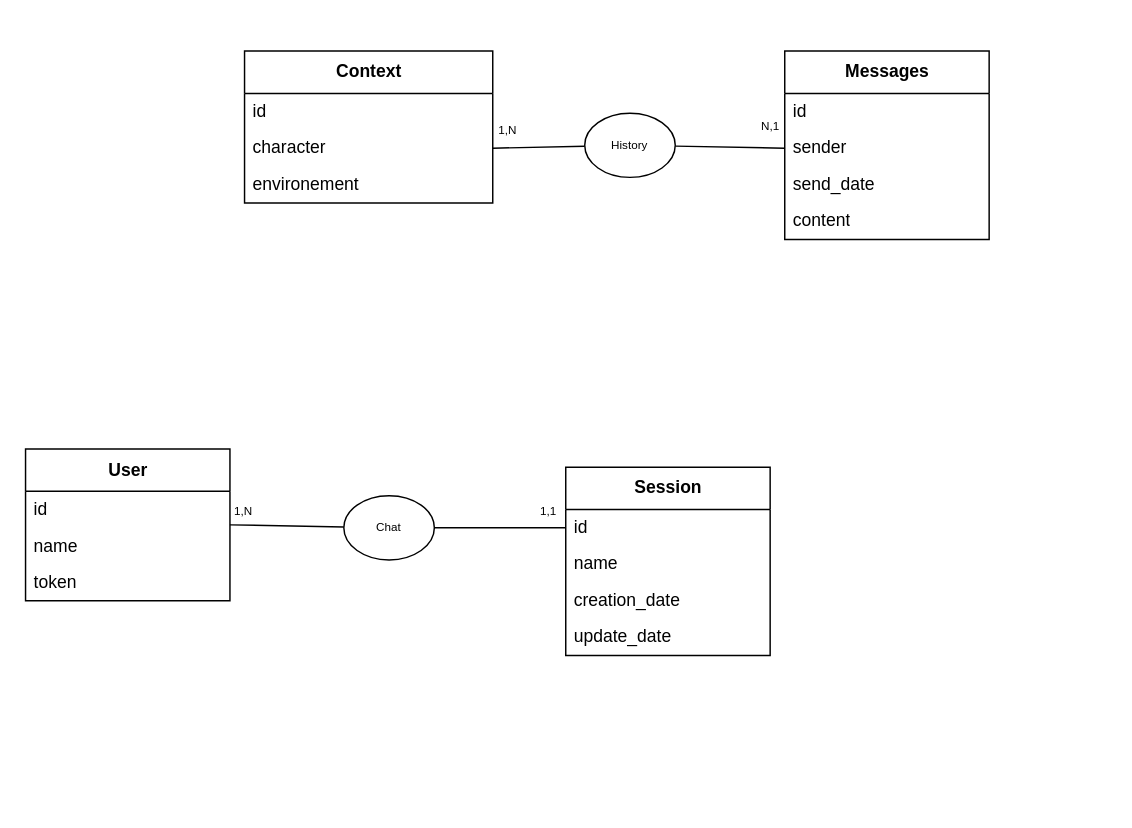
Earlier version of the draw.io diagram page "MCD" (4 of 4) of UseCase.drawio (TheoPasquier/Ai-Personnality-chatting). Source tidied: cells renumbered, new cells numbered last; positions are measured from the earlier drawing's top-left corner, leaving out a move shared by most shapes. Both pictures are drawn from the tidied source at 146%, with x=0, y=0 at pixel (25, 51).
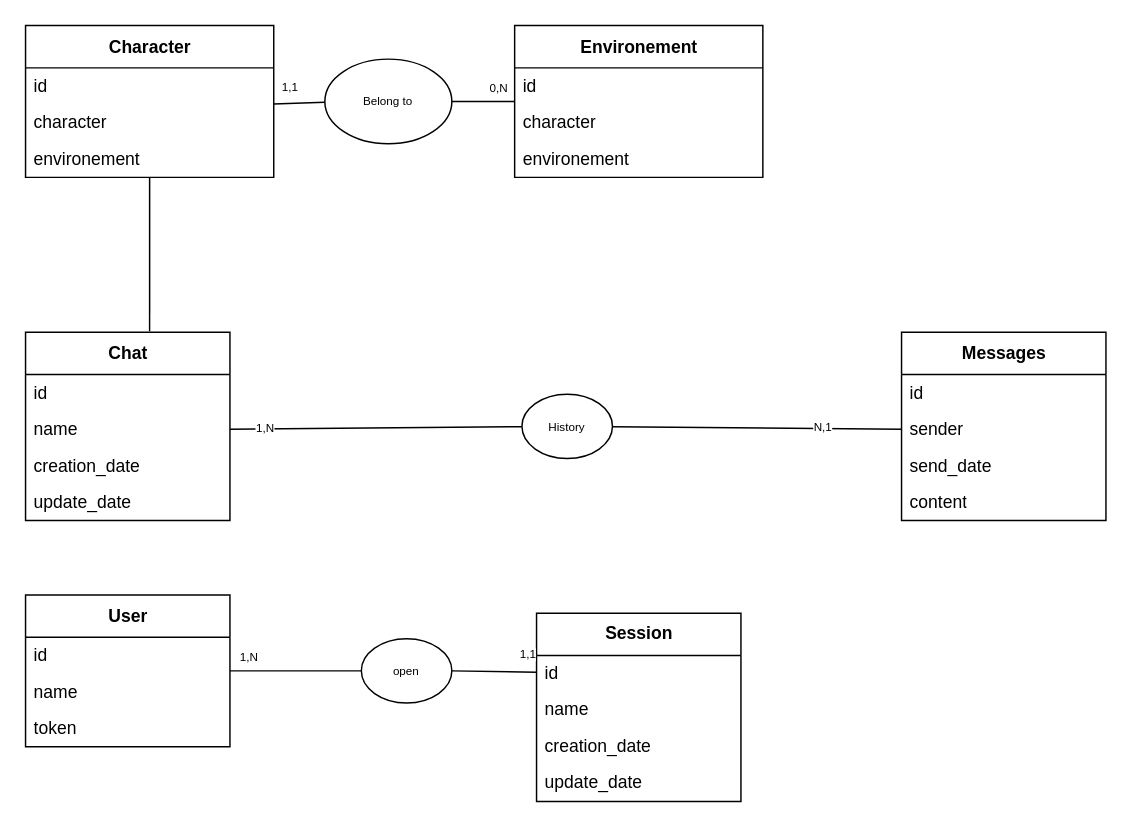
After the change.

Commit message:
Mettre à jour UseCase.drawio

The change refers to these unchanged cells:
```xml
<mxCell id="8" value="sender" style="text;html=1;strokeColor=none;fillColor=none;align=left;verticalAlign=middle;spacingLeft=4;spacingRight=4;overflow=hidden;points=[[0,0.5],[1,0.5]];portConstraint=eastwest;" parent="6" vertex="1">
  <mxGeometry y="54" width="140" height="25" as="geometry" />
</mxCell>
<mxCell id="16" value="id" style="text;html=1;strokeColor=none;fillColor=none;align=left;verticalAlign=middle;spacingLeft=4;spacingRight=4;overflow=hidden;points=[[0,0.5],[1,0.5]];portConstraint=eastwest;" parent="15" vertex="1">
  <mxGeometry y="29" width="140" height="25" as="geometry" />
</mxCell>
```

The edit, as a diff of the source:
```diff
@@
-    <mxCell id="2" value="Context" style="swimlane;fontStyle=1;align=center;verticalAlign=middle;horizontal=1;startSize=29;html=1;" parent="1" vertex="1">
-      <mxGeometry x="150" y="-0.5" width="170" height="104" as="geometry" />
-    </mxCell>
-    <mxCell id="3" value="id" style="text;html=1;strokeColor=none;fillColor=none;align=left;verticalAlign=middle;spacingLeft=4;spacingRight=4;overflow=hidden;" parent="2" vertex="1">
-      <mxGeometry y="29" width="170" height="25" as="geometry" />
-    </mxCell>
-    <mxCell id="4" value="character" style="text;html=1;strokeColor=none;fillColor=none;align=left;verticalAlign=middle;spacingLeft=4;spacingRight=4;overflow=hidden;points=[[0,0.5],[1,0.5]];portConstraint=eastwest;" parent="2" vertex="1">
-      <mxGeometry y="54" width="170" height="25" as="geometry" />
-    </mxCell>
-    <mxCell id="5" value="environement" style="text;html=1;strokeColor=none;fillColor=none;align=left;verticalAlign=middle;spacingLeft=4;spacingRight=4;overflow=hidden;" parent="2" vertex="1">
-      <mxGeometry y="79" width="170" height="25" as="geometry" />
-    </mxCell>
     <mxCell id="6" value="Messages" style="swimlane;fontStyle=1;align=center;verticalAlign=middle;horizontal=1;startSize=29;html=1;" parent="1" vertex="1">
-      <mxGeometry x="520" y="-0.5" width="140" height="129" as="geometry" />
+      <mxGeometry x="600" y="192" width="140" height="129" as="geometry" />
     </mxCell>
@@
     <mxCell id="11" value="User" style="swimlane;fontStyle=1;align=center;verticalAlign=middle;horizontal=1;startSize=29;html=1;" parent="1" vertex="1">
-      <mxGeometry y="272" width="140" height="104" as="geometry" />
+      <mxGeometry y="372" width="140" height="104" as="geometry" />
     </mxCell>
@@
     <mxCell id="15" value="Session" style="swimlane;fontStyle=1;align=center;verticalAlign=middle;horizontal=1;startSize=29;html=1;" parent="1" vertex="1">
-      <mxGeometry x="370" y="284.5" width="140" height="129" as="geometry" />
+      <mxGeometry x="350" y="384.5" width="140" height="129" as="geometry" />
     </mxCell>
@@
-    <mxCell id="20" style="edgeStyle=none;rounded=0;jettySize=auto;html=1;fontSize=8;startArrow=none;startFill=0;endArrow=none;endFill=0;" parent="1" edge="1" source="24" target="16">
+    <mxCell id="20" style="edgeStyle=none;rounded=0;jettySize=auto;html=1;fontSize=8;startArrow=none;startFill=0;endArrow=none;endFill=0;exitX=1;exitY=0.5;exitDx=0;exitDy=0;" parent="1" edge="1" source="30" target="16">
       <mxGeometry relative="1" as="geometry" />
     </mxCell>
@@
-    <mxCell id="22" style="edgeStyle=none;rounded=0;jettySize=auto;html=1;fontSize=8;startArrow=none;startFill=0;endArrow=none;endFill=0;entryX=1;entryY=0.5;entryDx=0;entryDy=0;" parent="1" edge="1" source="24" target="11">
+    <mxCell id="22" style="edgeStyle=none;rounded=0;jettySize=auto;html=1;fontSize=8;startArrow=none;startFill=0;endArrow=none;endFill=0;entryX=1;entryY=0.5;entryDx=0;entryDy=0;exitX=0;exitY=0.5;exitDx=0;exitDy=0;" parent="1" edge="1" source="30" target="11">
       <mxGeometry relative="1" as="geometry" />
     </mxCell>
@@
+    <mxCell id="25" style="edgeStyle=none;rounded=0;jettySize=auto;html=1;entryX=1;entryY=0.5;entryDx=0;entryDy=0;fontSize=8;startArrow=none;startFill=0;endArrow=none;endFill=0;" parent="1" edge="1" source="28" target="32">
+      <mxGeometry relative="1" as="geometry" />
+    </mxCell>
+    <mxCell id="27" value="1,N" style="edgeLabel;html=1;align=center;verticalAlign=middle;fontSize=8;" parent="25" vertex="1">
+      <mxGeometry x="0.77" y="-1" relative="1" as="geometry" />
+    </mxCell>
+    <mxCell id="26" style="edgeStyle=none;rounded=0;jettySize=auto;html=1;entryX=0;entryY=0.5;entryDx=0;entryDy=0;fontSize=8;startArrow=none;startFill=0;endArrow=none;endFill=0;" parent="1" edge="1" source="28" target="8">
+      <mxGeometry relative="1" as="geometry" />
+    </mxCell>
+    <mxCell id="29" value="N,1" style="edgeLabel;html=1;align=center;verticalAlign=middle;fontSize=8;" parent="26" vertex="1">
+      <mxGeometry x="0.24" y="1" relative="1" as="geometry">
+        <mxPoint x="20" as="offset" />
+      </mxGeometry>
+    </mxCell>
+    <mxCell id="28" value="History" style="ellipse;whiteSpace=wrap;html=1;fontSize=8;" parent="1" vertex="1">
+      <mxGeometry x="340" y="234.5" width="62" height="44" as="geometry" />
+    </mxCell>
+    <mxCell id="30" value="open" style="ellipse;whiteSpace=wrap;html=1;fontSize=8;" parent="1" vertex="1">
+      <mxGeometry x="230" y="402" width="62" height="44" as="geometry" />
+    </mxCell>
-    <mxCell id="24" value="Chat" style="ellipse;whiteSpace=wrap;html=1;fontSize=8;" parent="1" vertex="1">
-      <mxGeometry x="218" y="304" width="62" height="44" as="geometry" />
+    <mxCell id="24" value="Chat" style="swimlane;fontStyle=1;align=center;verticalAlign=middle;horizontal=1;startSize=29;html=1;" parent="1" vertex="1">
+      <mxGeometry y="192" width="140" height="129" as="geometry" />
     </mxCell>
-    <mxCell id="25" style="edgeStyle=none;rounded=0;jettySize=auto;html=1;entryX=1;entryY=0.5;entryDx=0;entryDy=0;fontSize=8;startArrow=none;startFill=0;endArrow=none;endFill=0;" parent="1" edge="1" source="28" target="4">
-      <mxGeometry relative="1" as="geometry" />
-    </mxCell>
-    <mxCell id="26" style="edgeStyle=none;rounded=0;jettySize=auto;html=1;entryX=0;entryY=0.5;entryDx=0;entryDy=0;fontSize=8;startArrow=none;startFill=0;endArrow=none;endFill=0;" parent="1" edge="1" source="28" target="8">
-      <mxGeometry relative="1" as="geometry" />
-    </mxCell>
-    <mxCell id="27" value="1,N" style="edgeLabel;html=1;align=center;verticalAlign=middle;fontSize=8;" parent="26" vertex="1">
-      <mxGeometry x="0.66" relative="1" as="geometry">
-        <mxPoint x="-177" y="-12" as="offset" />
-      </mxGeometry>
-    </mxCell>
-    <mxCell id="28" value="History" style="ellipse;whiteSpace=wrap;html=1;fontSize=8;" parent="1" vertex="1">
-      <mxGeometry x="383" y="42" width="62" height="44" as="geometry" />
-    </mxCell>
-    <mxCell id="29" value="N,1" style="edgeLabel;html=1;align=center;verticalAlign=middle;fontSize=8;" parent="1" vertex="1">
-      <mxGeometry x="350" y="51.5" as="geometry">
-        <mxPoint x="159" y="-1" as="offset" />
-      </mxGeometry>
-    </mxCell>
+    <mxCell id="31" value="id" style="text;html=1;strokeColor=none;fillColor=none;align=left;verticalAlign=middle;spacingLeft=4;spacingRight=4;overflow=hidden;" parent="24" vertex="1">
+      <mxGeometry y="29" width="140" height="25" as="geometry" />
+    </mxCell>
+    <mxCell id="32" value="name" style="text;html=1;strokeColor=none;fillColor=none;align=left;verticalAlign=middle;spacingLeft=4;spacingRight=4;overflow=hidden;points=[[0,0.5],[1,0.5]];portConstraint=eastwest;" parent="24" vertex="1">
+      <mxGeometry y="54" width="140" height="25" as="geometry" />
+    </mxCell>
+    <mxCell id="33" value="creation_date" style="text;html=1;strokeColor=none;fillColor=none;align=left;verticalAlign=middle;spacingLeft=4;spacingRight=4;overflow=hidden;" parent="24" vertex="1">
+      <mxGeometry y="79" width="140" height="25" as="geometry" />
+    </mxCell>
+    <mxCell id="34" value="update_date" style="text;html=1;strokeColor=none;fillColor=none;align=left;verticalAlign=middle;spacingLeft=4;spacingRight=4;overflow=hidden;" parent="24" vertex="1">
+      <mxGeometry y="104" width="140" height="25" as="geometry" />
+    </mxCell>
+    <mxCell id="35" style="edgeStyle=none;rounded=0;jettySize=auto;html=1;entryX=0.607;entryY=-0.005;entryDx=0;entryDy=0;entryPerimeter=0;fontSize=8;startArrow=none;startFill=0;endArrow=none;endFill=0;" parent="1" edge="1" source="36" target="24">
+      <mxGeometry relative="1" as="geometry" />
+    </mxCell>
+    <mxCell id="36" value="Character" style="swimlane;fontStyle=1;align=center;verticalAlign=middle;horizontal=1;startSize=29;html=1;" parent="1" vertex="1">
+      <mxGeometry y="-18" width="170" height="104" as="geometry" />
+    </mxCell>
+    <mxCell id="37" value="id" style="text;html=1;strokeColor=none;fillColor=none;align=left;verticalAlign=middle;spacingLeft=4;spacingRight=4;overflow=hidden;points=[[0,0.5],[1,0.5]];portConstraint=eastwest;" parent="36" vertex="1">
+      <mxGeometry y="29" width="170" height="25" as="geometry" />
+    </mxCell>
+    <mxCell id="38" value="character" style="text;html=1;strokeColor=none;fillColor=none;align=left;verticalAlign=middle;spacingLeft=4;spacingRight=4;overflow=hidden;" parent="36" vertex="1">
+      <mxGeometry y="54" width="170" height="25" as="geometry" />
+    </mxCell>
+    <mxCell id="39" value="environement" style="text;html=1;strokeColor=none;fillColor=none;align=left;verticalAlign=middle;spacingLeft=4;spacingRight=4;overflow=hidden;" parent="36" vertex="1">
+      <mxGeometry y="79" width="170" height="25" as="geometry" />
+    </mxCell>
+    <mxCell id="40" style="edgeStyle=none;rounded=0;jettySize=auto;html=1;entryX=0.999;entryY=0.992;entryDx=0;entryDy=0;entryPerimeter=0;fontSize=8;startArrow=none;startFill=0;endArrow=none;endFill=0;" parent="1" edge="1" source="48" target="37">
+      <mxGeometry relative="1" as="geometry" />
+    </mxCell>
+    <mxCell id="41" value="1,1" style="edgeLabel;html=1;align=center;verticalAlign=middle;fontSize=8;" parent="40" vertex="1">
+      <mxGeometry x="0.43" y="1" relative="1" as="geometry">
+        <mxPoint y="-13" as="offset" />
+      </mxGeometry>
+    </mxCell>
+    <mxCell id="42" value="Environement" style="swimlane;fontStyle=1;align=center;verticalAlign=middle;horizontal=1;startSize=29;html=1;" parent="1" vertex="1">
+      <mxGeometry x="335" y="-18" width="170" height="104" as="geometry" />
+    </mxCell>
+    <mxCell id="43" value="id" style="text;html=1;strokeColor=none;fillColor=none;align=left;verticalAlign=middle;spacingLeft=4;spacingRight=4;overflow=hidden;" parent="42" vertex="1">
+      <mxGeometry y="29" width="170" height="25" as="geometry" />
+    </mxCell>
+    <mxCell id="44" value="character" style="text;html=1;strokeColor=none;fillColor=none;align=left;verticalAlign=middle;spacingLeft=4;spacingRight=4;overflow=hidden;" parent="42" vertex="1">
+      <mxGeometry y="54" width="170" height="25" as="geometry" />
+    </mxCell>
+    <mxCell id="45" value="environement" style="text;html=1;strokeColor=none;fillColor=none;align=left;verticalAlign=middle;spacingLeft=4;spacingRight=4;overflow=hidden;" parent="42" vertex="1">
+      <mxGeometry y="79" width="170" height="25" as="geometry" />
+    </mxCell>
+    <mxCell id="46" style="edgeStyle=none;rounded=0;jettySize=auto;html=1;entryX=1;entryY=0.5;entryDx=0;entryDy=0;fontSize=8;startArrow=none;startFill=0;endArrow=none;endFill=0;" parent="1" edge="1" source="42" target="48">
+      <mxGeometry relative="1" as="geometry" />
+    </mxCell>
+    <mxCell id="47" value="0,N" style="edgeLabel;html=1;align=center;verticalAlign=middle;fontSize=8;" parent="46" vertex="1">
+      <mxGeometry x="-0.42" y="-1" relative="1" as="geometry">
+        <mxPoint y="-9" as="offset" />
+      </mxGeometry>
+    </mxCell>
+    <mxCell id="48" value="Belong to" style="ellipse;whiteSpace=wrap;html=1;fontSize=8;" parent="1" vertex="1">
+      <mxGeometry x="205" y="5" width="87" height="58" as="geometry" />
+    </mxCell>
```
